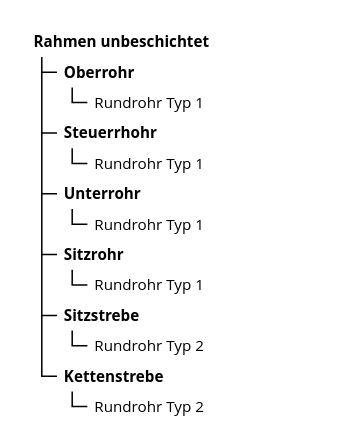
The draw.io diagram page "Seite-2" (2 of 2) of Notes Kurt Gisler/Item Structure Beispiel Produkt Fahrrad.drawio in Mint-System/Odoo-Wiki, before the edit. Source tidied: cells renumbered, new cells numbered last; positions are measured from the earlier drawing's top-left corner, leaving out a move shared by most shapes. Both pictures are drawn from the tidied source at 152%, with x=0, y=0 at pixel (26, 26).
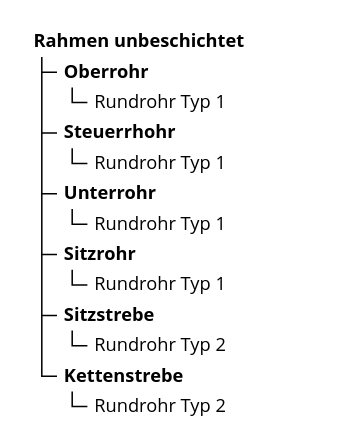
After the change.

Change to the diagram source:
```diff
@@
-    <mxCell id="2" value="&lt;font face=&quot;Open Sans&quot; style=&quot;font-size: 10px;&quot;&gt;Rahmen unbeschichtet&lt;/font&gt;" style="rounded=0;whiteSpace=wrap;html=1;align=left;spacingLeft=3;strokeColor=#FFFFFF;fontSize=10;fillColor=none;fontStyle=1;" parent="1" vertex="1">
+    <mxCell id="2" value="&lt;font style=&quot;font-size: 12px;&quot;&gt;Rahmen unbeschichtet&lt;/font&gt;" style="rounded=0;whiteSpace=wrap;html=1;align=left;spacingLeft=3;strokeColor=#FFFFFF;fontSize=12;fillColor=none;fontStyle=1;fontFamily=Open Sans;" parent="1" vertex="1">
       <mxGeometry width="174" height="20" as="geometry" />
     </mxCell>
-    <mxCell id="3" value="&lt;font face=&quot;Open Sans&quot; style=&quot;font-size: 10px;&quot;&gt;Rundrohr Typ 1&lt;/font&gt;" style="rounded=0;whiteSpace=wrap;html=1;spacingLeft=3;align=left;strokeColor=#FFFFFF;fontSize=10;" parent="1" vertex="1">
+    <mxCell id="3" value="&lt;font style=&quot;font-size: 12px;&quot;&gt;Rundrohr Typ 1&lt;/font&gt;" style="rounded=0;whiteSpace=wrap;html=1;spacingLeft=3;align=left;strokeColor=#FFFFFF;fontSize=12;fontFamily=Open Sans;" parent="1" vertex="1">
       <mxGeometry x="40" y="40" width="150" height="20" as="geometry" />
     </mxCell>
-    <mxCell id="4" value="&lt;font face=&quot;Open Sans&quot; style=&quot;font-size: 10px;&quot;&gt;Oberrohr&lt;/font&gt;" style="rounded=0;whiteSpace=wrap;html=1;align=left;spacingLeft=3;strokeColor=#FFFFFF;fontSize=10;fontStyle=1;fillColor=none;" parent="1" vertex="1">
+    <mxCell id="4" value="&lt;font style=&quot;font-size: 12px;&quot;&gt;Oberrohr&lt;/font&gt;" style="rounded=0;whiteSpace=wrap;html=1;align=left;spacingLeft=3;strokeColor=#FFFFFF;fontSize=12;fontStyle=1;fillColor=none;fontFamily=Open Sans;" parent="1" vertex="1">
       <mxGeometry x="20" y="20" width="110" height="20" as="geometry" />
     </mxCell>
-    <mxCell id="5" value="&lt;font face=&quot;Open Sans&quot; style=&quot;font-size: 10px;&quot;&gt;Steuerrhohr&lt;br style=&quot;font-size: 10px;&quot;&gt;&lt;/font&gt;" style="rounded=0;whiteSpace=wrap;html=1;align=left;spacingLeft=3;strokeColor=#FFFFFF;fontSize=10;fillColor=none;fontStyle=1;" parent="1" vertex="1">
+    <mxCell id="5" value="&lt;font style=&quot;font-size: 12px;&quot;&gt;Steuerrhohr&lt;br style=&quot;font-size: 12px;&quot;&gt;&lt;/font&gt;" style="rounded=0;whiteSpace=wrap;html=1;align=left;spacingLeft=3;strokeColor=#FFFFFF;fontSize=12;fillColor=none;fontStyle=1;fontFamily=Open Sans;" parent="1" vertex="1">
       <mxGeometry x="20" y="60" width="170" height="20" as="geometry" />
     </mxCell>
-    <mxCell id="6" style="edgeStyle=orthogonalEdgeStyle;rounded=0;orthogonalLoop=1;jettySize=auto;html=1;endArrow=none;endFill=0;exitX=0;exitY=0.5;exitDx=0;exitDy=0;" parent="1" edge="1">
+    <mxCell id="6" style="edgeStyle=orthogonalEdgeStyle;rounded=0;orthogonalLoop=1;jettySize=auto;html=1;endArrow=none;endFill=0;exitX=0;exitY=0.5;exitDx=0;exitDy=0;fontFamily=Open Sans;fontSize=12;" parent="1" edge="1">
       <mxGeometry relative="1" as="geometry">
         <mxPoint x="20" y="30" as="sourcePoint" />
         <mxPoint x="10" y="20" as="targetPoint" />
         <Array as="points">
           <mxPoint x="10" y="30" />
         </Array>
       </mxGeometry>
     </mxCell>
-    <mxCell id="7" style="edgeStyle=orthogonalEdgeStyle;rounded=0;orthogonalLoop=1;jettySize=auto;html=1;endArrow=none;endFill=0;exitX=0;exitY=0.5;exitDx=0;exitDy=0;" parent="1" edge="1">
+    <mxCell id="7" style="edgeStyle=orthogonalEdgeStyle;rounded=0;orthogonalLoop=1;jettySize=auto;html=1;endArrow=none;endFill=0;exitX=0;exitY=0.5;exitDx=0;exitDy=0;fontFamily=Open Sans;fontSize=12;" parent="1" edge="1">
       <mxGeometry relative="1" as="geometry">
         <mxPoint x="40" y="50" as="sourcePoint" />
         <mxPoint x="30" y="40" as="targetPoint" />
         <Array as="points">
           <mxPoint x="30" y="50" />
         </Array>
       </mxGeometry>
     </mxCell>
-    <mxCell id="8" value="&lt;font face=&quot;Open Sans&quot; style=&quot;font-size: 10px;&quot;&gt;Rundrohr Typ 1&lt;/font&gt;" style="rounded=0;whiteSpace=wrap;html=1;spacingLeft=3;align=left;strokeColor=#FFFFFF;fontSize=10;" parent="1" vertex="1">
+    <mxCell id="8" value="&lt;font style=&quot;font-size: 12px;&quot;&gt;Rundrohr Typ 1&lt;/font&gt;" style="rounded=0;whiteSpace=wrap;html=1;spacingLeft=3;align=left;strokeColor=#FFFFFF;fontSize=12;fontFamily=Open Sans;" parent="1" vertex="1">
       <mxGeometry x="40" y="80" width="150" height="20" as="geometry" />
     </mxCell>
-    <mxCell id="9" style="edgeStyle=orthogonalEdgeStyle;rounded=0;orthogonalLoop=1;jettySize=auto;html=1;endArrow=none;endFill=0;exitX=0;exitY=0.5;exitDx=0;exitDy=0;" parent="1" edge="1">
+    <mxCell id="9" style="edgeStyle=orthogonalEdgeStyle;rounded=0;orthogonalLoop=1;jettySize=auto;html=1;endArrow=none;endFill=0;exitX=0;exitY=0.5;exitDx=0;exitDy=0;fontFamily=Open Sans;fontSize=12;" parent="1" edge="1">
       <mxGeometry relative="1" as="geometry">
         <mxPoint x="40" y="90" as="sourcePoint" />
         <mxPoint x="30" y="80" as="targetPoint" />
         <Array as="points">
           <mxPoint x="30" y="90" />
         </Array>
       </mxGeometry>
     </mxCell>
-    <mxCell id="10" value="&lt;font face=&quot;Open Sans&quot; style=&quot;font-size: 10px&quot;&gt;Unterrohr&lt;br style=&quot;font-size: 10px&quot;&gt;&lt;/font&gt;" style="rounded=0;whiteSpace=wrap;html=1;align=left;spacingLeft=3;strokeColor=#FFFFFF;fontSize=10;fillColor=none;fontStyle=1;" parent="1" vertex="1">
+    <mxCell id="10" value="&lt;font style=&quot;font-size: 12px;&quot;&gt;Unterrohr&lt;br style=&quot;font-size: 12px;&quot;&gt;&lt;/font&gt;" style="rounded=0;whiteSpace=wrap;html=1;align=left;spacingLeft=3;strokeColor=#FFFFFF;fontSize=12;fillColor=none;fontStyle=1;fontFamily=Open Sans;" parent="1" vertex="1">
       <mxGeometry x="20" y="100" width="170" height="20" as="geometry" />
     </mxCell>
-    <mxCell id="11" style="edgeStyle=orthogonalEdgeStyle;rounded=0;orthogonalLoop=1;jettySize=auto;html=1;endArrow=none;endFill=0;exitX=0;exitY=0.5;exitDx=0;exitDy=0;" parent="1" edge="1">
+    <mxCell id="11" style="edgeStyle=orthogonalEdgeStyle;rounded=0;orthogonalLoop=1;jettySize=auto;html=1;endArrow=none;endFill=0;exitX=0;exitY=0.5;exitDx=0;exitDy=0;fontFamily=Open Sans;fontSize=12;" parent="1" edge="1">
       <mxGeometry relative="1" as="geometry">
         <mxPoint x="20" y="110" as="sourcePoint" />
         <mxPoint x="10" y="70" as="targetPoint" />
         <Array as="points">
           <mxPoint x="10" y="110" />
         </Array>
       </mxGeometry>
     </mxCell>
-    <mxCell id="12" value="&lt;font face=&quot;Open Sans&quot; style=&quot;font-size: 10px;&quot;&gt;Rundrohr Typ 1&lt;/font&gt;" style="rounded=0;whiteSpace=wrap;html=1;spacingLeft=3;align=left;strokeColor=#FFFFFF;fontSize=10;" parent="1" vertex="1">
+    <mxCell id="12" value="&lt;font style=&quot;font-size: 12px;&quot;&gt;Rundrohr Typ 1&lt;/font&gt;" style="rounded=0;whiteSpace=wrap;html=1;spacingLeft=3;align=left;strokeColor=#FFFFFF;fontSize=12;fontFamily=Open Sans;" parent="1" vertex="1">
       <mxGeometry x="40" y="120" width="150" height="20" as="geometry" />
     </mxCell>
-    <mxCell id="13" style="edgeStyle=orthogonalEdgeStyle;rounded=0;orthogonalLoop=1;jettySize=auto;html=1;endArrow=none;endFill=0;exitX=0;exitY=0.5;exitDx=0;exitDy=0;" parent="1" edge="1">
+    <mxCell id="13" style="edgeStyle=orthogonalEdgeStyle;rounded=0;orthogonalLoop=1;jettySize=auto;html=1;endArrow=none;endFill=0;exitX=0;exitY=0.5;exitDx=0;exitDy=0;fontFamily=Open Sans;fontSize=12;" parent="1" edge="1">
       <mxGeometry relative="1" as="geometry">
         <mxPoint x="40" y="130" as="sourcePoint" />
         <mxPoint x="30" y="120" as="targetPoint" />
         <Array as="points">
           <mxPoint x="30" y="130" />
         </Array>
       </mxGeometry>
     </mxCell>
-    <mxCell id="14" value="&lt;font face=&quot;Open Sans&quot; style=&quot;font-size: 10px&quot;&gt;Sitzrohr&lt;/font&gt;" style="rounded=0;whiteSpace=wrap;html=1;align=left;spacingLeft=3;strokeColor=#FFFFFF;fontSize=10;fontStyle=1;fillColor=none;" parent="1" vertex="1">
+    <mxCell id="14" value="&lt;font style=&quot;font-size: 12px;&quot;&gt;Sitzrohr&lt;/font&gt;" style="rounded=0;whiteSpace=wrap;html=1;align=left;spacingLeft=3;strokeColor=#FFFFFF;fontSize=12;fontStyle=1;fillColor=none;fontFamily=Open Sans;" parent="1" vertex="1">
       <mxGeometry x="20" y="140" width="110" height="20" as="geometry" />
     </mxCell>
-    <mxCell id="15" value="&lt;font face=&quot;Open Sans&quot; style=&quot;font-size: 10px;&quot;&gt;Rundrohr Typ 1&lt;/font&gt;" style="rounded=0;whiteSpace=wrap;html=1;spacingLeft=3;align=left;strokeColor=#FFFFFF;fontSize=10;" parent="1" vertex="1">
+    <mxCell id="15" value="&lt;font style=&quot;font-size: 12px;&quot;&gt;Rundrohr Typ 1&lt;/font&gt;" style="rounded=0;whiteSpace=wrap;html=1;spacingLeft=3;align=left;strokeColor=#FFFFFF;fontSize=12;fontFamily=Open Sans;" parent="1" vertex="1">
       <mxGeometry x="40" y="160" width="150" height="20" as="geometry" />
     </mxCell>
-    <mxCell id="16" style="edgeStyle=orthogonalEdgeStyle;rounded=0;orthogonalLoop=1;jettySize=auto;html=1;endArrow=none;endFill=0;exitX=0;exitY=0.5;exitDx=0;exitDy=0;" parent="1" edge="1">
+    <mxCell id="16" style="edgeStyle=orthogonalEdgeStyle;rounded=0;orthogonalLoop=1;jettySize=auto;html=1;endArrow=none;endFill=0;exitX=0;exitY=0.5;exitDx=0;exitDy=0;fontFamily=Open Sans;fontSize=12;" parent="1" edge="1">
       <mxGeometry relative="1" as="geometry">
         <mxPoint x="40" y="170" as="sourcePoint" />
         <mxPoint x="30" y="160" as="targetPoint" />
         <Array as="points">
           <mxPoint x="30" y="170" />
         </Array>
       </mxGeometry>
     </mxCell>
-    <mxCell id="17" style="edgeStyle=orthogonalEdgeStyle;rounded=0;orthogonalLoop=1;jettySize=auto;html=1;endArrow=none;endFill=0;exitX=0;exitY=0.5;exitDx=0;exitDy=0;" parent="1" edge="1">
+    <mxCell id="17" style="edgeStyle=orthogonalEdgeStyle;rounded=0;orthogonalLoop=1;jettySize=auto;html=1;endArrow=none;endFill=0;exitX=0;exitY=0.5;exitDx=0;exitDy=0;fontFamily=Open Sans;fontSize=12;" parent="1" edge="1">
       <mxGeometry relative="1" as="geometry">
         <mxPoint x="20" y="150" as="sourcePoint" />
         <mxPoint x="10" y="110" as="targetPoint" />
         <Array as="points">
           <mxPoint x="10" y="150" />
         </Array>
       </mxGeometry>
     </mxCell>
-    <mxCell id="18" value="&lt;font face=&quot;Open Sans&quot; style=&quot;font-size: 10px&quot;&gt;Sitzstrebe&lt;/font&gt;" style="rounded=0;whiteSpace=wrap;html=1;align=left;spacingLeft=3;strokeColor=#FFFFFF;fontSize=10;fontStyle=1;fillColor=none;" parent="1" vertex="1">
+    <mxCell id="18" value="&lt;font style=&quot;font-size: 12px;&quot;&gt;Sitzstrebe&lt;/font&gt;" style="rounded=0;whiteSpace=wrap;html=1;align=left;spacingLeft=3;strokeColor=#FFFFFF;fontSize=12;fontStyle=1;fillColor=none;fontFamily=Open Sans;" parent="1" vertex="1">
       <mxGeometry x="20" y="180" width="110" height="20" as="geometry" />
     </mxCell>
-    <mxCell id="19" style="edgeStyle=orthogonalEdgeStyle;rounded=0;orthogonalLoop=1;jettySize=auto;html=1;endArrow=none;endFill=0;exitX=0;exitY=0.5;exitDx=0;exitDy=0;" parent="1" edge="1">
+    <mxCell id="19" style="edgeStyle=orthogonalEdgeStyle;rounded=0;orthogonalLoop=1;jettySize=auto;html=1;endArrow=none;endFill=0;exitX=0;exitY=0.5;exitDx=0;exitDy=0;fontFamily=Open Sans;fontSize=12;" parent="1" edge="1">
       <mxGeometry relative="1" as="geometry">
         <mxPoint x="20" y="190" as="sourcePoint" />
         <mxPoint x="10" y="150" as="targetPoint" />
         <Array as="points">
           <mxPoint x="10" y="190" />
         </Array>
       </mxGeometry>
     </mxCell>
-    <mxCell id="20" value="&lt;font face=&quot;Open Sans&quot; style=&quot;font-size: 10px&quot;&gt;Rundrohr Typ 2&lt;/font&gt;" style="rounded=0;whiteSpace=wrap;html=1;spacingLeft=3;align=left;strokeColor=#FFFFFF;fontSize=10;" parent="1" vertex="1">
+    <mxCell id="20" value="&lt;font style=&quot;font-size: 12px;&quot;&gt;Rundrohr Typ 2&lt;/font&gt;" style="rounded=0;whiteSpace=wrap;html=1;spacingLeft=3;align=left;strokeColor=#FFFFFF;fontSize=12;fontFamily=Open Sans;" parent="1" vertex="1">
       <mxGeometry x="40" y="200" width="150" height="20" as="geometry" />
     </mxCell>
-    <mxCell id="21" style="edgeStyle=orthogonalEdgeStyle;rounded=0;orthogonalLoop=1;jettySize=auto;html=1;endArrow=none;endFill=0;exitX=0;exitY=0.5;exitDx=0;exitDy=0;" parent="1" edge="1">
+    <mxCell id="21" style="edgeStyle=orthogonalEdgeStyle;rounded=0;orthogonalLoop=1;jettySize=auto;html=1;endArrow=none;endFill=0;exitX=0;exitY=0.5;exitDx=0;exitDy=0;fontFamily=Open Sans;fontSize=12;" parent="1" edge="1">
       <mxGeometry relative="1" as="geometry">
         <mxPoint x="40" y="210" as="sourcePoint" />
         <mxPoint x="30" y="200" as="targetPoint" />
         <Array as="points">
           <mxPoint x="30" y="210" />
         </Array>
       </mxGeometry>
     </mxCell>
-    <mxCell id="22" value="&lt;font face=&quot;Open Sans&quot; style=&quot;font-size: 10px&quot;&gt;Kettenstrebe&lt;/font&gt;" style="rounded=0;whiteSpace=wrap;html=1;align=left;spacingLeft=3;strokeColor=#FFFFFF;fontSize=10;fontStyle=1;fillColor=none;" parent="1" vertex="1">
+    <mxCell id="22" value="&lt;font style=&quot;font-size: 12px;&quot;&gt;Kettenstrebe&lt;/font&gt;" style="rounded=0;whiteSpace=wrap;html=1;align=left;spacingLeft=3;strokeColor=#FFFFFF;fontSize=12;fontStyle=1;fillColor=none;fontFamily=Open Sans;" parent="1" vertex="1">
       <mxGeometry x="20" y="220" width="110" height="20" as="geometry" />
     </mxCell>
-    <mxCell id="23" value="&lt;font face=&quot;Open Sans&quot; style=&quot;font-size: 10px&quot;&gt;Rundrohr Typ 2&lt;/font&gt;" style="rounded=0;whiteSpace=wrap;html=1;spacingLeft=3;align=left;strokeColor=#FFFFFF;fontSize=10;" parent="1" vertex="1">
+    <mxCell id="23" value="&lt;font style=&quot;font-size: 12px;&quot;&gt;Rundrohr Typ 2&lt;/font&gt;" style="rounded=0;whiteSpace=wrap;html=1;spacingLeft=3;align=left;strokeColor=#FFFFFF;fontSize=12;fontFamily=Open Sans;" parent="1" vertex="1">
       <mxGeometry x="40" y="240" width="150" height="20" as="geometry" />
     </mxCell>
-    <mxCell id="24" style="edgeStyle=orthogonalEdgeStyle;rounded=0;orthogonalLoop=1;jettySize=auto;html=1;endArrow=none;endFill=0;exitX=0;exitY=0.5;exitDx=0;exitDy=0;" parent="1" edge="1">
+    <mxCell id="24" style="edgeStyle=orthogonalEdgeStyle;rounded=0;orthogonalLoop=1;jettySize=auto;html=1;endArrow=none;endFill=0;exitX=0;exitY=0.5;exitDx=0;exitDy=0;fontFamily=Open Sans;fontSize=12;" parent="1" edge="1">
       <mxGeometry relative="1" as="geometry">
         <mxPoint x="40" y="250" as="sourcePoint" />
         <mxPoint x="30" y="240" as="targetPoint" />
         <Array as="points">
           <mxPoint x="30" y="250" />
         </Array>
       </mxGeometry>
     </mxCell>
-    <mxCell id="25" style="edgeStyle=orthogonalEdgeStyle;rounded=0;orthogonalLoop=1;jettySize=auto;html=1;endArrow=none;endFill=0;exitX=0;exitY=0.5;exitDx=0;exitDy=0;" parent="1" edge="1">
+    <mxCell id="25" style="edgeStyle=orthogonalEdgeStyle;rounded=0;orthogonalLoop=1;jettySize=auto;html=1;endArrow=none;endFill=0;exitX=0;exitY=0.5;exitDx=0;exitDy=0;fontFamily=Open Sans;fontSize=12;" parent="1" edge="1">
       <mxGeometry relative="1" as="geometry">
         <mxPoint x="20" y="230" as="sourcePoint" />
         <mxPoint x="10" y="190" as="targetPoint" />
         <Array as="points">
           <mxPoint x="10" y="230" />
         </Array>
       </mxGeometry>
     </mxCell>
-    <mxCell id="26" style="edgeStyle=orthogonalEdgeStyle;rounded=0;orthogonalLoop=1;jettySize=auto;html=1;endArrow=none;endFill=0;exitX=0;exitY=0.5;exitDx=0;exitDy=0;" parent="1" edge="1">
+    <mxCell id="26" style="edgeStyle=orthogonalEdgeStyle;rounded=0;orthogonalLoop=1;jettySize=auto;html=1;endArrow=none;endFill=0;exitX=0;exitY=0.5;exitDx=0;exitDy=0;fontFamily=Open Sans;fontSize=12;" parent="1" edge="1">
       <mxGeometry relative="1" as="geometry">
         <mxPoint x="20" y="70" as="sourcePoint" />
         <mxPoint x="10" y="30" as="targetPoint" />
         <Array as="points">
           <mxPoint x="10" y="70" />
         </Array>
       </mxGeometry>
     </mxCell>
```
